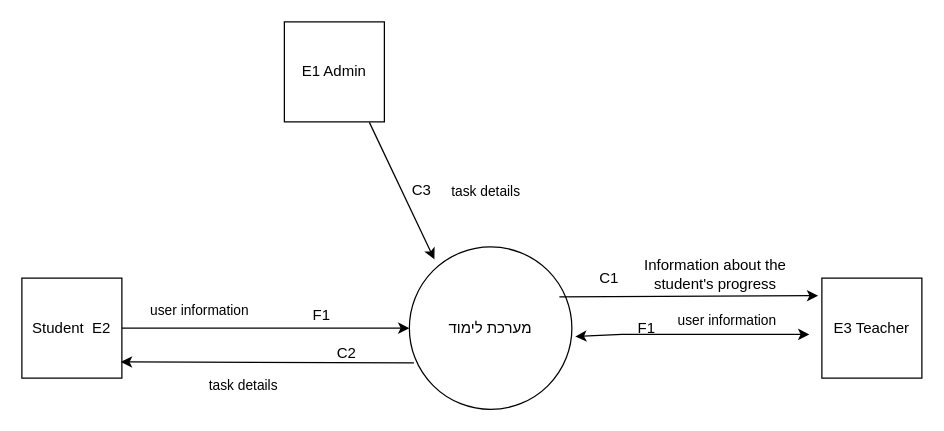
Earlier version of the draw.io diagram context diagram(English).drawio (alsousha/projectFinish). Source tidied: cells renumbered, new cells numbered last; positions are measured from the earlier drawing's top-left corner, leaving out a move shared by most shapes. Both pictures are drawn from the tidied source at 125%, with x=0, y=0 at pixel (21, 21).
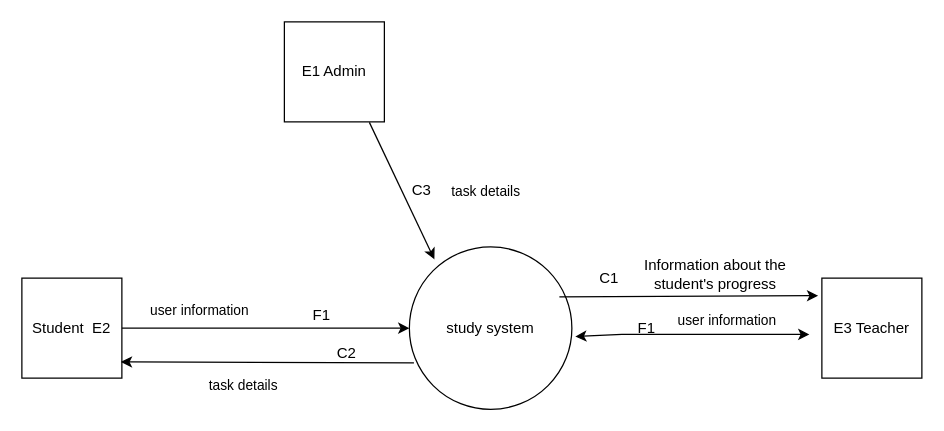
The same diagram, later.

The edit, as a diff of the source:
```diff
@@
-    <mxCell id="2" value="מערכת לימוד" style="ellipse;whiteSpace=wrap;html=1;" parent="1" vertex="1">
+    <mxCell id="2" value="study system" style="ellipse;whiteSpace=wrap;html=1;" parent="1" vertex="1">
       <mxGeometry x="310" y="180" width="130" height="130" as="geometry" />
     </mxCell>
```
